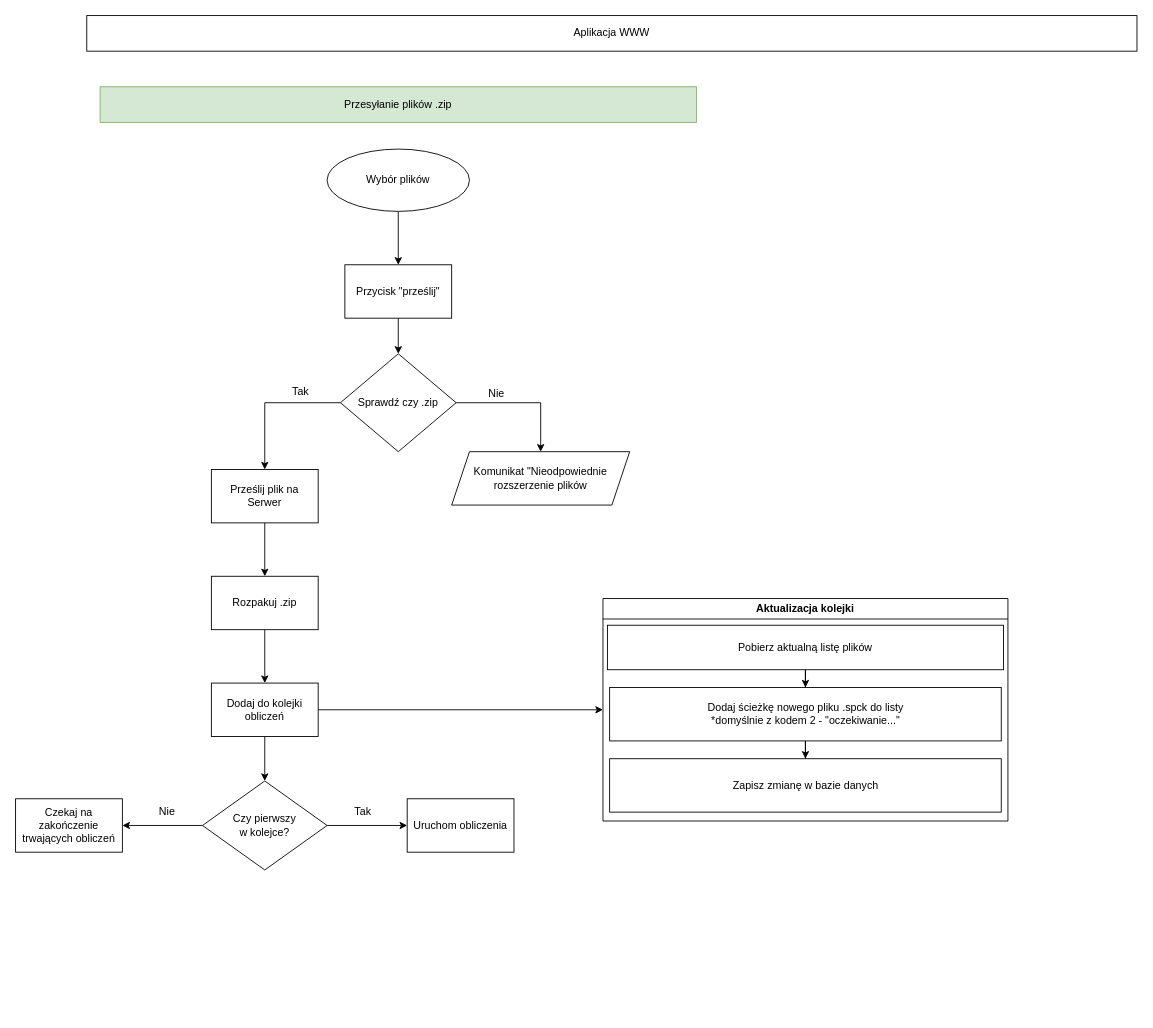
gzych98/gzych98 keeps this draw.io diagram as simpack_heller.drawio. Above is the earlier version. Source tidied: cells renumbered, new cells numbered last; positions are measured from the earlier drawing's top-left corner, leaving out a move shared by most shapes. Both pictures are drawn from the tidied source at 89%, with x=0, y=0 at pixel (15, 15).
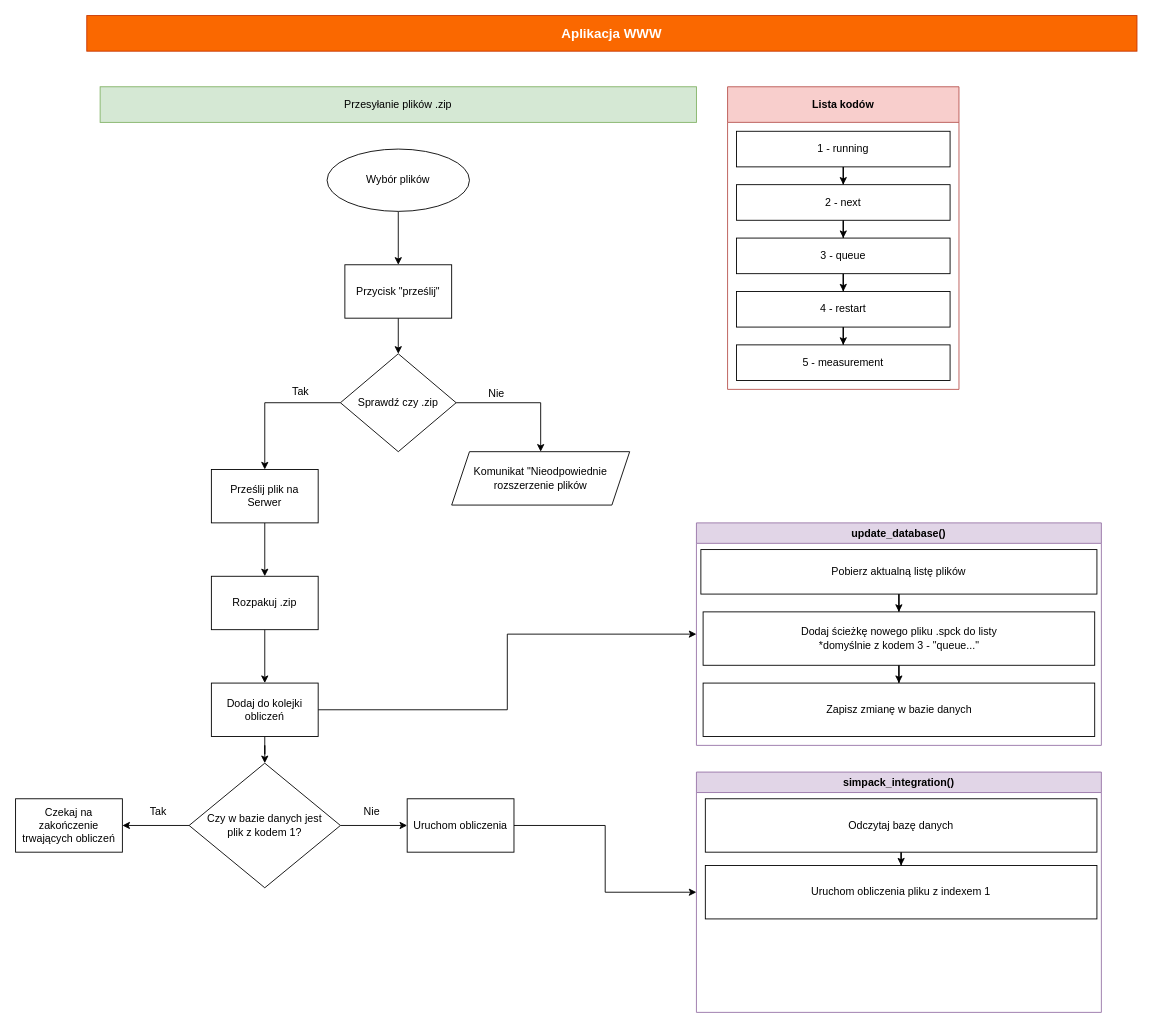
The same page after the edit.

The change refers to these unchanged cells:
```xml
<mxCell id="22" value="Uruchom obliczenia" style="whiteSpace=wrap;html=1;rounded=0;" parent="1" vertex="1">
  <mxGeometry x="440" y="880" width="120" height="60" as="geometry" />
</mxCell>
```

Change to the diagram source:
```diff
@@
-    <mxCell id="2" value="Aplikacja WWW" style="rounded=0;whiteSpace=wrap;html=1;" parent="1" vertex="1">
+    <mxCell id="2" value="Aplikacja WWW" style="rounded=0;whiteSpace=wrap;html=1;fillColor=#fa6800;fontColor=#FFFFFF;strokeColor=#C73500;fontStyle=1;fontSize=15;" parent="1" vertex="1">
       <mxGeometry x="80" width="1180" height="40" as="geometry" />
     </mxCell>
@@
-    <mxCell id="21" value="Czy pierwszy &lt;br&gt;w kolejce?" style="rhombus;whiteSpace=wrap;html=1;rounded=0;" parent="1" vertex="1">
-      <mxGeometry x="210" y="860" width="140" height="100" as="geometry" />
+    <mxCell id="21" value="Czy w bazie danych jest &lt;br&gt;plik z kodem 1?" style="rhombus;whiteSpace=wrap;html=1;rounded=0;" parent="1" vertex="1">
+      <mxGeometry x="195" y="840" width="170" height="140" as="geometry" />
     </mxCell>
+    <mxCell id="35" style="edgeStyle=orthogonalEdgeStyle;rounded=0;jettySize=auto;html=1;exitX=1;exitY=0.5;exitDx=0;exitDy=0;entryX=0;entryY=0.5;entryDx=0;entryDy=0;" parent="1" edge="1" source="22" target="36">
+      <mxGeometry relative="1" as="geometry" />
+    </mxCell>
@@
     <mxCell id="23" value="Tak" style="text;html=1;align=center;verticalAlign=middle;strokeColor=none;fillColor=none;" parent="1" vertex="1">
-      <mxGeometry x="370" y="880" width="40" height="30" as="geometry" />
+      <mxGeometry x="140" y="880" width="40" height="30" as="geometry" />
     </mxCell>
@@
     <mxCell id="25" value="Nie" style="text;html=1;align=center;verticalAlign=middle;strokeColor=none;fillColor=none;" parent="1" vertex="1">
-      <mxGeometry x="150" y="880" width="40" height="30" as="geometry" />
+      <mxGeometry x="380" y="880" width="40" height="30" as="geometry" />
     </mxCell>
@@
-    <mxCell id="28" value="Aktualizacja kolejki" style="swimlane;whiteSpace=wrap;html=1;" parent="1" vertex="1">
-      <mxGeometry x="660" y="655" width="455" height="250" as="geometry" />
+    <mxCell id="28" value="update_database()" style="swimlane;whiteSpace=wrap;html=1;fillColor=#e1d5e7;strokeColor=#9673a6;" parent="1" vertex="1">
+      <mxGeometry x="765" y="570" width="455" height="250" as="geometry" />
     </mxCell>
@@
-    <mxCell id="33" value="Dodaj ścieżkę nowego pliku .spck do listy&lt;br&gt;*domyślnie z kodem 2 - &quot;oczekiwanie...&quot;" style="whiteSpace=wrap;html=1;" parent="28" vertex="1">
+    <mxCell id="33" value="Dodaj ścieżkę nowego pliku .spck do listy&lt;br&gt;*domyślnie z kodem 3 - &quot;queue...&quot;" style="whiteSpace=wrap;html=1;" parent="28" vertex="1">
       <mxGeometry x="7.5" y="100" width="440" height="60" as="geometry" />
     </mxCell>
@@
+    <mxCell id="36" value="simpack_integration()" style="swimlane;whiteSpace=wrap;html=1;fillColor=#e1d5e7;strokeColor=#9673a6;" parent="1" vertex="1">
+      <mxGeometry x="765" y="850" width="455" height="270" as="geometry" />
+    </mxCell>
+    <mxCell id="37" style="edgeStyle=orthogonalEdgeStyle;rounded=0;jettySize=auto;html=1;" parent="36" edge="1" source="38" target="39">
+      <mxGeometry relative="1" as="geometry" />
+    </mxCell>
+    <mxCell id="38" value="Odczytaj bazę danych" style="whiteSpace=wrap;html=1;" parent="36" vertex="1">
+      <mxGeometry x="10" y="30" width="440" height="60" as="geometry" />
+    </mxCell>
+    <mxCell id="39" value="Uruchom obliczenia pliku z indexem 1" style="whiteSpace=wrap;html=1;" parent="36" vertex="1">
+      <mxGeometry x="10" y="105" width="440" height="60" as="geometry" />
+    </mxCell>
+    <mxCell id="40" value="Lista kodów" style="swimlane;whiteSpace=wrap;html=1;fillColor=#f8cecc;strokeColor=#b85450;startSize=40;" parent="1" vertex="1">
+      <mxGeometry x="800" y="80" width="260" height="340" as="geometry" />
+    </mxCell>
+    <mxCell id="41" style="edgeStyle=orthogonalEdgeStyle;rounded=0;jettySize=auto;html=1;" parent="40" edge="1" source="42" target="44">
+      <mxGeometry relative="1" as="geometry" />
+    </mxCell>
+    <mxCell id="42" value="1 - running" style="whiteSpace=wrap;html=1;" parent="40" vertex="1">
+      <mxGeometry x="10" y="50" width="240" height="40" as="geometry" />
+    </mxCell>
+    <mxCell id="43" style="edgeStyle=orthogonalEdgeStyle;rounded=0;jettySize=auto;html=1;" parent="40" edge="1" source="44" target="46">
+      <mxGeometry relative="1" as="geometry" />
+    </mxCell>
+    <mxCell id="44" value="2 - next" style="whiteSpace=wrap;html=1;" parent="40" vertex="1">
+      <mxGeometry x="10" y="110" width="240" height="40" as="geometry" />
+    </mxCell>
+    <mxCell id="45" style="edgeStyle=orthogonalEdgeStyle;rounded=0;jettySize=auto;html=1;" parent="40" edge="1" source="46" target="48">
+      <mxGeometry relative="1" as="geometry" />
+    </mxCell>
+    <mxCell id="46" value="3 - queue" style="whiteSpace=wrap;html=1;" parent="40" vertex="1">
+      <mxGeometry x="10" y="170" width="240" height="40" as="geometry" />
+    </mxCell>
+    <mxCell id="47" style="edgeStyle=orthogonalEdgeStyle;rounded=0;jettySize=auto;html=1;" parent="40" edge="1" source="48" target="49">
+      <mxGeometry relative="1" as="geometry" />
+    </mxCell>
+    <mxCell id="48" value="4 - restart" style="whiteSpace=wrap;html=1;" parent="40" vertex="1">
+      <mxGeometry x="10" y="230" width="240" height="40" as="geometry" />
+    </mxCell>
+    <mxCell id="49" value="5 - measurement" style="whiteSpace=wrap;html=1;" parent="40" vertex="1">
+      <mxGeometry x="10" y="290" width="240" height="40" as="geometry" />
+    </mxCell>
```
